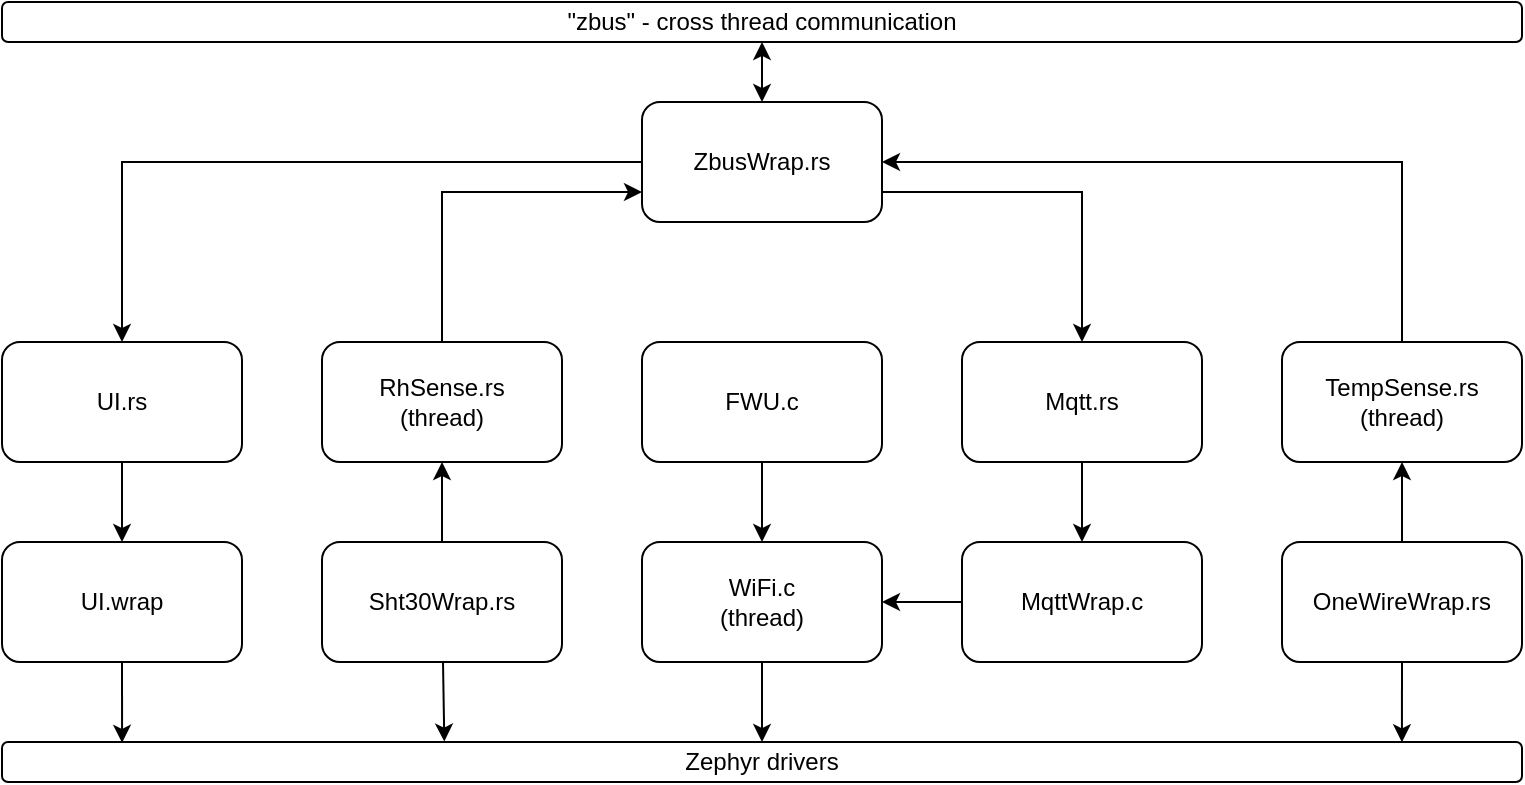
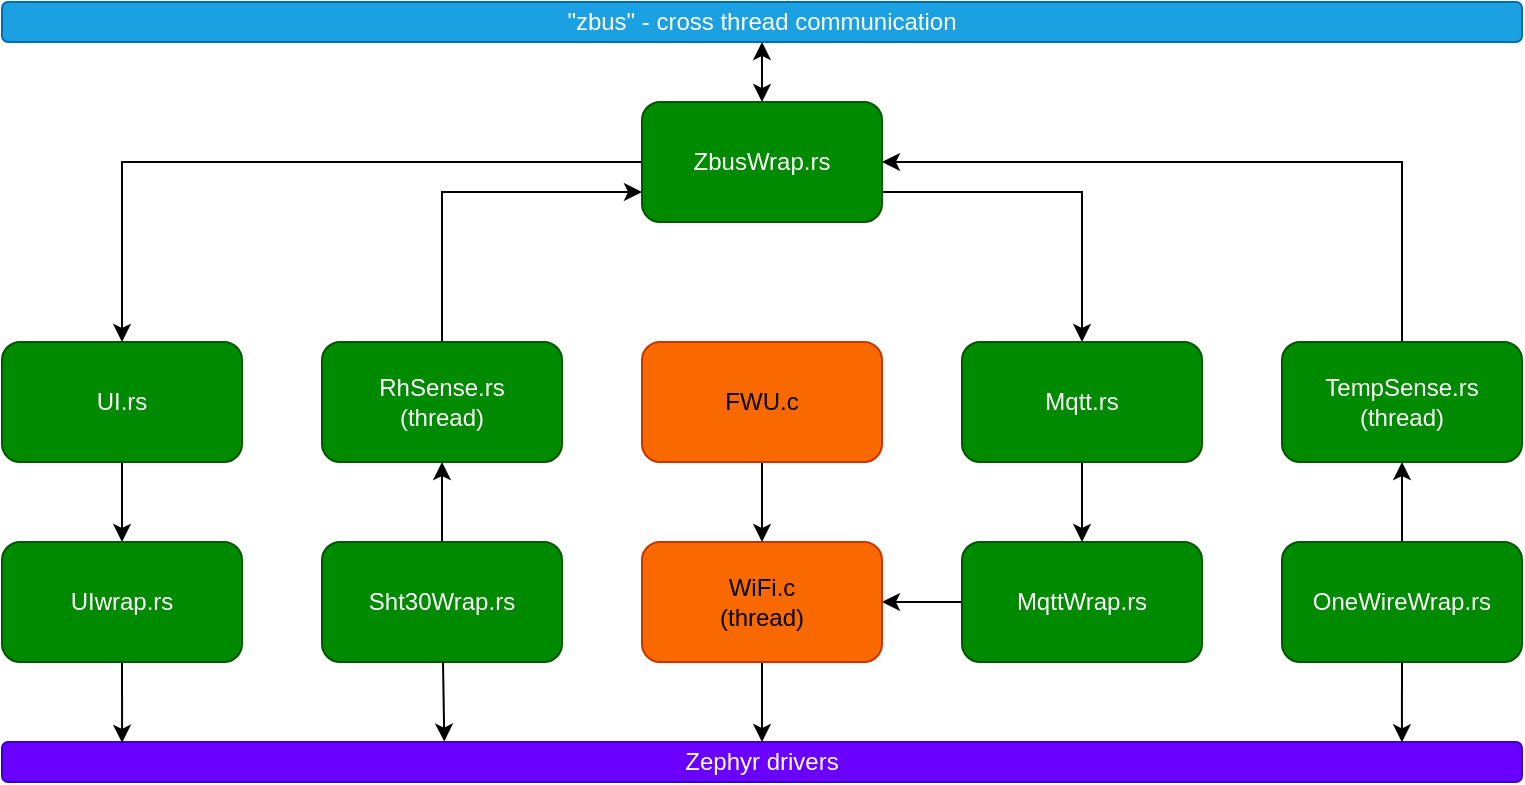
<mxfile host="app.diagrams.net" agent="Mozilla/5.0 (X11; CrOS x86_64 14541.0.0) AppleWebKit/537.36 (KHTML, like Gecko) Chrome/140.0.0.0 Safari/537.36" version="28.2.8">
  <diagram name="Side-1" id="WPr1pcw1kvEAhKrNtd9t">
    <mxGraphModel dx="1846" dy="616" grid="1" gridSize="10" guides="1" tooltips="1" connect="1" arrows="1" fold="1" page="1" pageScale="1" pageWidth="827" pageHeight="1169" math="0" shadow="0">
      <root>
        <mxCell id="0" />
        <mxCell id="1" parent="0" />
-         <mxCell id="bfgYPO4h0bBXpVTIp0QK-9" value="" style="edgeStyle=orthogonalEdgeStyle;rounded=0;orthogonalLoop=1;jettySize=auto;html=1;" edge="1" parent="1" source="bfgYPO4h0bBXpVTIp0QK-1" target="bfgYPO4h0bBXpVTIp0QK-4">
+         <mxCell id="bfgYPO4h0bBXpVTIp0QK-9" value="" style="edgeStyle=orthogonalEdgeStyle;rounded=0;orthogonalLoop=1;jettySize=auto;html=1;" parent="1" source="bfgYPO4h0bBXpVTIp0QK-1" target="bfgYPO4h0bBXpVTIp0QK-4" edge="1">
          <mxGeometry relative="1" as="geometry" />
        </mxCell>
-         <mxCell id="bfgYPO4h0bBXpVTIp0QK-1" value="MqttWrap.c" style="rounded=1;whiteSpace=wrap;html=1;" vertex="1" parent="1">
+         <mxCell id="bfgYPO4h0bBXpVTIp0QK-1" value="MqttWrap.rs" style="rounded=1;whiteSpace=wrap;html=1;fillColor=#008a00;fontColor=#ffffff;strokeColor=#005700;" parent="1" vertex="1">
          <mxGeometry x="440" y="440" width="120" height="60" as="geometry" />
        </mxCell>
-         <mxCell id="bfgYPO4h0bBXpVTIp0QK-11" value="" style="rounded=0;orthogonalLoop=1;jettySize=auto;html=1;entryX=0.5;entryY=1;entryDx=0;entryDy=0;" edge="1" parent="1" source="bfgYPO4h0bBXpVTIp0QK-2" target="bfgYPO4h0bBXpVTIp0QK-20">
+         <mxCell id="bfgYPO4h0bBXpVTIp0QK-11" value="" style="rounded=0;orthogonalLoop=1;jettySize=auto;html=1;entryX=0.5;entryY=1;entryDx=0;entryDy=0;" parent="1" source="bfgYPO4h0bBXpVTIp0QK-2" target="bfgYPO4h0bBXpVTIp0QK-20" edge="1">
          <mxGeometry relative="1" as="geometry" />
        </mxCell>
-         <mxCell id="bfgYPO4h0bBXpVTIp0QK-2" value="Sht30Wrap.rs" style="rounded=1;whiteSpace=wrap;html=1;" vertex="1" parent="1">
+         <mxCell id="bfgYPO4h0bBXpVTIp0QK-2" value="Sht30Wrap.rs" style="rounded=1;whiteSpace=wrap;html=1;fillColor=#008a00;fontColor=#ffffff;strokeColor=#005700;" parent="1" vertex="1">
          <mxGeometry x="120" y="440" width="120" height="60" as="geometry" />
        </mxCell>
-         <mxCell id="bfgYPO4h0bBXpVTIp0QK-12" value="" style="rounded=0;orthogonalLoop=1;jettySize=auto;html=1;entryX=0.5;entryY=1;entryDx=0;entryDy=0;" edge="1" parent="1" source="bfgYPO4h0bBXpVTIp0QK-3" target="bfgYPO4h0bBXpVTIp0QK-26">
+         <mxCell id="bfgYPO4h0bBXpVTIp0QK-12" value="" style="rounded=0;orthogonalLoop=1;jettySize=auto;html=1;entryX=0.5;entryY=1;entryDx=0;entryDy=0;" parent="1" source="bfgYPO4h0bBXpVTIp0QK-3" target="bfgYPO4h0bBXpVTIp0QK-26" edge="1">
          <mxGeometry relative="1" as="geometry" />
        </mxCell>
-         <mxCell id="bfgYPO4h0bBXpVTIp0QK-3" value="OneWireWrap.rs" style="rounded=1;whiteSpace=wrap;html=1;" vertex="1" parent="1">
+         <mxCell id="bfgYPO4h0bBXpVTIp0QK-3" value="OneWireWrap.rs" style="rounded=1;whiteSpace=wrap;html=1;fillColor=#008a00;fontColor=#ffffff;strokeColor=#005700;" parent="1" vertex="1">
          <mxGeometry x="600" y="440" width="120" height="60" as="geometry" />
        </mxCell>
-         <mxCell id="bfgYPO4h0bBXpVTIp0QK-8" value="" style="edgeStyle=orthogonalEdgeStyle;rounded=0;orthogonalLoop=1;jettySize=auto;html=1;entryX=0.5;entryY=0;entryDx=0;entryDy=0;" edge="1" parent="1" source="bfgYPO4h0bBXpVTIp0QK-4" target="bfgYPO4h0bBXpVTIp0QK-7">
+         <mxCell id="bfgYPO4h0bBXpVTIp0QK-8" value="" style="edgeStyle=orthogonalEdgeStyle;rounded=0;orthogonalLoop=1;jettySize=auto;html=1;entryX=0.5;entryY=0;entryDx=0;entryDy=0;" parent="1" source="bfgYPO4h0bBXpVTIp0QK-4" target="bfgYPO4h0bBXpVTIp0QK-7" edge="1">
          <mxGeometry relative="1" as="geometry" />
        </mxCell>
-         <mxCell id="bfgYPO4h0bBXpVTIp0QK-4" value="WiFi.c&lt;br&gt;(thread)" style="rounded=1;whiteSpace=wrap;html=1;" vertex="1" parent="1">
+         <mxCell id="bfgYPO4h0bBXpVTIp0QK-4" value="WiFi.c&lt;br&gt;(thread)" style="rounded=1;whiteSpace=wrap;html=1;fillColor=#fa6800;fontColor=#000000;strokeColor=#C73500;" parent="1" vertex="1">
          <mxGeometry x="280" y="440" width="120" height="60" as="geometry" />
        </mxCell>
-         <mxCell id="bfgYPO4h0bBXpVTIp0QK-25" value="" style="edgeStyle=orthogonalEdgeStyle;rounded=0;orthogonalLoop=1;jettySize=auto;html=1;startArrow=classic;startFill=1;" edge="1" parent="1" source="bfgYPO4h0bBXpVTIp0QK-5" target="bfgYPO4h0bBXpVTIp0QK-21">
+         <mxCell id="bfgYPO4h0bBXpVTIp0QK-25" value="" style="edgeStyle=orthogonalEdgeStyle;rounded=0;orthogonalLoop=1;jettySize=auto;html=1;startArrow=classic;startFill=1;" parent="1" source="bfgYPO4h0bBXpVTIp0QK-5" target="bfgYPO4h0bBXpVTIp0QK-21" edge="1">
          <mxGeometry relative="1" as="geometry" />
        </mxCell>
-         <mxCell id="bfgYPO4h0bBXpVTIp0QK-5" value="&quot;zbus&quot; - cross thread communication" style="rounded=1;whiteSpace=wrap;html=1;" vertex="1" parent="1">
+         <mxCell id="bfgYPO4h0bBXpVTIp0QK-5" value="&quot;zbus&quot; - cross thread communication" style="rounded=1;whiteSpace=wrap;html=1;fillColor=#1ba1e2;fontColor=#ffffff;strokeColor=#006EAF;" parent="1" vertex="1">
          <mxGeometry x="-40" y="170" width="760" height="20" as="geometry" />
        </mxCell>
-         <mxCell id="bfgYPO4h0bBXpVTIp0QK-13" style="rounded=0;orthogonalLoop=1;jettySize=auto;html=1;exitX=0.291;exitY=-0.011;exitDx=0;exitDy=0;startArrow=classic;startFill=1;endArrow=none;endFill=0;exitPerimeter=0;" edge="1" parent="1" source="bfgYPO4h0bBXpVTIp0QK-7" target="bfgYPO4h0bBXpVTIp0QK-2">
+         <mxCell id="bfgYPO4h0bBXpVTIp0QK-13" style="rounded=0;orthogonalLoop=1;jettySize=auto;html=1;exitX=0.291;exitY=-0.011;exitDx=0;exitDy=0;startArrow=classic;startFill=1;endArrow=none;endFill=0;exitPerimeter=0;" parent="1" source="bfgYPO4h0bBXpVTIp0QK-7" target="bfgYPO4h0bBXpVTIp0QK-2" edge="1">
          <mxGeometry relative="1" as="geometry" />
        </mxCell>
-         <mxCell id="bfgYPO4h0bBXpVTIp0QK-14" style="rounded=0;orthogonalLoop=1;jettySize=auto;html=1;exitX=0.921;exitY=0.007;exitDx=0;exitDy=0;entryX=0.5;entryY=1;entryDx=0;entryDy=0;startArrow=classic;startFill=1;endArrow=none;endFill=0;exitPerimeter=0;" edge="1" parent="1" source="bfgYPO4h0bBXpVTIp0QK-7" target="bfgYPO4h0bBXpVTIp0QK-3">
+         <mxCell id="bfgYPO4h0bBXpVTIp0QK-14" style="rounded=0;orthogonalLoop=1;jettySize=auto;html=1;exitX=0.921;exitY=0.007;exitDx=0;exitDy=0;entryX=0.5;entryY=1;entryDx=0;entryDy=0;startArrow=classic;startFill=1;endArrow=none;endFill=0;exitPerimeter=0;" parent="1" source="bfgYPO4h0bBXpVTIp0QK-7" target="bfgYPO4h0bBXpVTIp0QK-3" edge="1">
          <mxGeometry relative="1" as="geometry" />
        </mxCell>
-         <mxCell id="bfgYPO4h0bBXpVTIp0QK-7" value="Zephyr drivers" style="rounded=1;whiteSpace=wrap;html=1;" vertex="1" parent="1">
+         <mxCell id="bfgYPO4h0bBXpVTIp0QK-7" value="Zephyr drivers" style="rounded=1;whiteSpace=wrap;html=1;fillColor=#6a00ff;fontColor=#ffffff;strokeColor=#3700CC;" parent="1" vertex="1">
          <mxGeometry x="-40" y="540" width="760" height="20" as="geometry" />
        </mxCell>
-         <mxCell id="bfgYPO4h0bBXpVTIp0QK-32" value="" style="edgeStyle=orthogonalEdgeStyle;rounded=0;orthogonalLoop=1;jettySize=auto;html=1;" edge="1" parent="1" source="bfgYPO4h0bBXpVTIp0QK-15" target="bfgYPO4h0bBXpVTIp0QK-31">
+         <mxCell id="bfgYPO4h0bBXpVTIp0QK-32" value="" style="edgeStyle=orthogonalEdgeStyle;rounded=0;orthogonalLoop=1;jettySize=auto;html=1;" parent="1" source="bfgYPO4h0bBXpVTIp0QK-15" target="bfgYPO4h0bBXpVTIp0QK-31" edge="1">
          <mxGeometry relative="1" as="geometry" />
        </mxCell>
-         <mxCell id="bfgYPO4h0bBXpVTIp0QK-15" value="UI.rs" style="rounded=1;whiteSpace=wrap;html=1;" vertex="1" parent="1">
+         <mxCell id="bfgYPO4h0bBXpVTIp0QK-15" value="UI.rs" style="rounded=1;whiteSpace=wrap;html=1;fillColor=#008a00;fontColor=#ffffff;strokeColor=#005700;" parent="1" vertex="1">
          <mxGeometry x="-40" y="340" width="120" height="60" as="geometry" />
        </mxCell>
-         <mxCell id="bfgYPO4h0bBXpVTIp0QK-17" style="edgeStyle=orthogonalEdgeStyle;rounded=0;orthogonalLoop=1;jettySize=auto;html=1;exitX=0.5;exitY=1;exitDx=0;exitDy=0;entryX=0.5;entryY=0;entryDx=0;entryDy=0;" edge="1" parent="1" source="bfgYPO4h0bBXpVTIp0QK-16" target="bfgYPO4h0bBXpVTIp0QK-4">
+         <mxCell id="bfgYPO4h0bBXpVTIp0QK-17" style="edgeStyle=orthogonalEdgeStyle;rounded=0;orthogonalLoop=1;jettySize=auto;html=1;exitX=0.5;exitY=1;exitDx=0;exitDy=0;entryX=0.5;entryY=0;entryDx=0;entryDy=0;" parent="1" source="bfgYPO4h0bBXpVTIp0QK-16" target="bfgYPO4h0bBXpVTIp0QK-4" edge="1">
          <mxGeometry relative="1" as="geometry" />
        </mxCell>
-         <mxCell id="bfgYPO4h0bBXpVTIp0QK-16" value="FWU.c" style="rounded=1;whiteSpace=wrap;html=1;" vertex="1" parent="1">
+         <mxCell id="bfgYPO4h0bBXpVTIp0QK-16" value="FWU.c" style="rounded=1;whiteSpace=wrap;html=1;fillColor=#fa6800;fontColor=#000000;strokeColor=#C73500;" parent="1" vertex="1">
          <mxGeometry x="280" y="340" width="120" height="60" as="geometry" />
        </mxCell>
-         <mxCell id="bfgYPO4h0bBXpVTIp0QK-18" style="edgeStyle=orthogonalEdgeStyle;rounded=0;orthogonalLoop=1;jettySize=auto;html=1;exitX=0.5;exitY=1;exitDx=0;exitDy=0;entryX=0.079;entryY=0.021;entryDx=0;entryDy=0;entryPerimeter=0;" edge="1" parent="1" source="bfgYPO4h0bBXpVTIp0QK-31" target="bfgYPO4h0bBXpVTIp0QK-7">
+         <mxCell id="bfgYPO4h0bBXpVTIp0QK-18" style="edgeStyle=orthogonalEdgeStyle;rounded=0;orthogonalLoop=1;jettySize=auto;html=1;exitX=0.5;exitY=1;exitDx=0;exitDy=0;entryX=0.079;entryY=0.021;entryDx=0;entryDy=0;entryPerimeter=0;" parent="1" source="bfgYPO4h0bBXpVTIp0QK-31" target="bfgYPO4h0bBXpVTIp0QK-7" edge="1">
          <mxGeometry relative="1" as="geometry" />
        </mxCell>
-         <mxCell id="bfgYPO4h0bBXpVTIp0QK-22" style="edgeStyle=orthogonalEdgeStyle;rounded=0;orthogonalLoop=1;jettySize=auto;html=1;exitX=0.5;exitY=0;exitDx=0;exitDy=0;entryX=0;entryY=0.75;entryDx=0;entryDy=0;" edge="1" parent="1" source="bfgYPO4h0bBXpVTIp0QK-20" target="bfgYPO4h0bBXpVTIp0QK-21">
+         <mxCell id="bfgYPO4h0bBXpVTIp0QK-22" style="edgeStyle=orthogonalEdgeStyle;rounded=0;orthogonalLoop=1;jettySize=auto;html=1;exitX=0.5;exitY=0;exitDx=0;exitDy=0;entryX=0;entryY=0.75;entryDx=0;entryDy=0;" parent="1" source="bfgYPO4h0bBXpVTIp0QK-20" target="bfgYPO4h0bBXpVTIp0QK-21" edge="1">
          <mxGeometry relative="1" as="geometry" />
        </mxCell>
-         <mxCell id="bfgYPO4h0bBXpVTIp0QK-20" value="RhSense.rs&lt;br&gt;(thread)" style="rounded=1;whiteSpace=wrap;html=1;" vertex="1" parent="1">
+         <mxCell id="bfgYPO4h0bBXpVTIp0QK-20" value="RhSense.rs&lt;br&gt;(thread)" style="rounded=1;whiteSpace=wrap;html=1;fillColor=#008a00;fontColor=#ffffff;strokeColor=#005700;" parent="1" vertex="1">
          <mxGeometry x="120" y="340" width="120" height="60" as="geometry" />
        </mxCell>
-         <mxCell id="bfgYPO4h0bBXpVTIp0QK-24" style="edgeStyle=orthogonalEdgeStyle;rounded=0;orthogonalLoop=1;jettySize=auto;html=1;exitX=0;exitY=0.5;exitDx=0;exitDy=0;entryX=0.5;entryY=0;entryDx=0;entryDy=0;" edge="1" parent="1" source="bfgYPO4h0bBXpVTIp0QK-21" target="bfgYPO4h0bBXpVTIp0QK-15">
+         <mxCell id="bfgYPO4h0bBXpVTIp0QK-24" style="edgeStyle=orthogonalEdgeStyle;rounded=0;orthogonalLoop=1;jettySize=auto;html=1;exitX=0;exitY=0.5;exitDx=0;exitDy=0;entryX=0.5;entryY=0;entryDx=0;entryDy=0;" parent="1" source="bfgYPO4h0bBXpVTIp0QK-21" target="bfgYPO4h0bBXpVTIp0QK-15" edge="1">
          <mxGeometry relative="1" as="geometry" />
        </mxCell>
-         <mxCell id="bfgYPO4h0bBXpVTIp0QK-29" style="edgeStyle=orthogonalEdgeStyle;rounded=0;orthogonalLoop=1;jettySize=auto;html=1;exitX=1;exitY=0.75;exitDx=0;exitDy=0;entryX=0.5;entryY=0;entryDx=0;entryDy=0;" edge="1" parent="1" source="bfgYPO4h0bBXpVTIp0QK-21" target="bfgYPO4h0bBXpVTIp0QK-28">
+         <mxCell id="bfgYPO4h0bBXpVTIp0QK-29" style="edgeStyle=orthogonalEdgeStyle;rounded=0;orthogonalLoop=1;jettySize=auto;html=1;exitX=1;exitY=0.75;exitDx=0;exitDy=0;entryX=0.5;entryY=0;entryDx=0;entryDy=0;" parent="1" source="bfgYPO4h0bBXpVTIp0QK-21" target="bfgYPO4h0bBXpVTIp0QK-28" edge="1">
          <mxGeometry relative="1" as="geometry" />
        </mxCell>
-         <mxCell id="bfgYPO4h0bBXpVTIp0QK-21" value="ZbusWrap.rs" style="rounded=1;whiteSpace=wrap;html=1;" vertex="1" parent="1">
+         <mxCell id="bfgYPO4h0bBXpVTIp0QK-21" value="ZbusWrap.rs" style="rounded=1;whiteSpace=wrap;html=1;fillColor=#008a00;fontColor=#ffffff;strokeColor=#005700;" parent="1" vertex="1">
          <mxGeometry x="280" y="220" width="120" height="60" as="geometry" />
        </mxCell>
-         <mxCell id="bfgYPO4h0bBXpVTIp0QK-27" style="edgeStyle=orthogonalEdgeStyle;rounded=0;orthogonalLoop=1;jettySize=auto;html=1;exitX=0.5;exitY=0;exitDx=0;exitDy=0;entryX=1;entryY=0.5;entryDx=0;entryDy=0;" edge="1" parent="1" source="bfgYPO4h0bBXpVTIp0QK-26" target="bfgYPO4h0bBXpVTIp0QK-21">
+         <mxCell id="bfgYPO4h0bBXpVTIp0QK-27" style="edgeStyle=orthogonalEdgeStyle;rounded=0;orthogonalLoop=1;jettySize=auto;html=1;exitX=0.5;exitY=0;exitDx=0;exitDy=0;entryX=1;entryY=0.5;entryDx=0;entryDy=0;" parent="1" source="bfgYPO4h0bBXpVTIp0QK-26" target="bfgYPO4h0bBXpVTIp0QK-21" edge="1">
          <mxGeometry relative="1" as="geometry" />
        </mxCell>
-         <mxCell id="bfgYPO4h0bBXpVTIp0QK-26" value="TempSense.rs&lt;br&gt;(thread)" style="rounded=1;whiteSpace=wrap;html=1;" vertex="1" parent="1">
+         <mxCell id="bfgYPO4h0bBXpVTIp0QK-26" value="TempSense.rs&lt;br&gt;(thread)" style="rounded=1;whiteSpace=wrap;html=1;fillColor=#008a00;fontColor=#ffffff;strokeColor=#005700;" parent="1" vertex="1">
          <mxGeometry x="600" y="340" width="120" height="60" as="geometry" />
        </mxCell>
-         <mxCell id="bfgYPO4h0bBXpVTIp0QK-30" value="" style="edgeStyle=orthogonalEdgeStyle;rounded=0;orthogonalLoop=1;jettySize=auto;html=1;" edge="1" parent="1" source="bfgYPO4h0bBXpVTIp0QK-28" target="bfgYPO4h0bBXpVTIp0QK-1">
+         <mxCell id="bfgYPO4h0bBXpVTIp0QK-30" value="" style="edgeStyle=orthogonalEdgeStyle;rounded=0;orthogonalLoop=1;jettySize=auto;html=1;" parent="1" source="bfgYPO4h0bBXpVTIp0QK-28" target="bfgYPO4h0bBXpVTIp0QK-1" edge="1">
          <mxGeometry relative="1" as="geometry" />
        </mxCell>
-         <mxCell id="bfgYPO4h0bBXpVTIp0QK-28" value="Mqtt.rs" style="rounded=1;whiteSpace=wrap;html=1;" vertex="1" parent="1">
+         <mxCell id="bfgYPO4h0bBXpVTIp0QK-28" value="Mqtt.rs" style="rounded=1;whiteSpace=wrap;html=1;fillColor=#008a00;fontColor=#ffffff;strokeColor=#005700;" parent="1" vertex="1">
          <mxGeometry x="440" y="340" width="120" height="60" as="geometry" />
        </mxCell>
-         <mxCell id="bfgYPO4h0bBXpVTIp0QK-31" value="UI.wrap" style="rounded=1;whiteSpace=wrap;html=1;" vertex="1" parent="1">
+         <mxCell id="bfgYPO4h0bBXpVTIp0QK-31" value="UIwrap.rs" style="rounded=1;whiteSpace=wrap;html=1;fillColor=#008a00;fontColor=#ffffff;strokeColor=#005700;" parent="1" vertex="1">
          <mxGeometry x="-40" y="440" width="120" height="60" as="geometry" />
        </mxCell>
      </root>
    </mxGraphModel>
  </diagram>
</mxfile>
